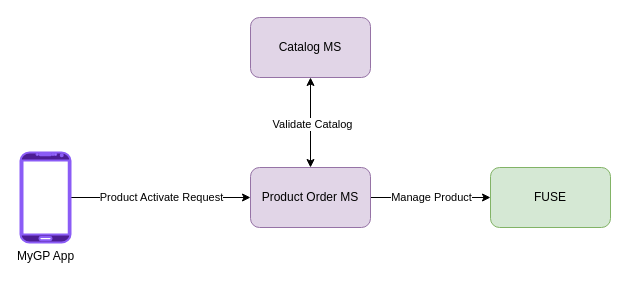
theasad/draw.io keeps this draw.io diagram as Campain-Activate With Balance.drawio. Above is the earlier version. Source tidied: cells renumbered, new cells numbered last; positions are measured from the earlier drawing's top-left corner, leaving out a move shared by most shapes. Both pictures are drawn from the tidied source at 100%, with x=0, y=0 at pixel (20, 17).
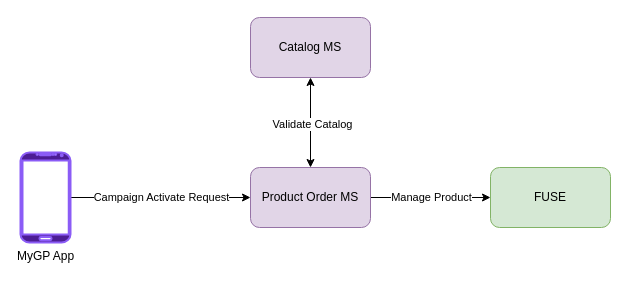
Above is the later version.

Diff of the diagram source:
```diff
@@
 <mxGraphModel>
   <root>
     <mxCell id="0" />
     <mxCell id="1" parent="0" />
     <mxCell id="2" style="endArrow=classic;html=1;rounded=0;entryX=0;entryY=0.5;entryDx=0;entryDy=0;" parent="1" edge="1" source="4" target="7">
       <mxGeometry relative="1" as="geometry" />
     </mxCell>
-    <mxCell id="3" value="Product Activate Request" style="edgeLabel;html=1;align=center;verticalAlign=middle;" parent="2" vertex="1">
+    <mxCell id="3" value="Campaign Activate Request" style="edgeLabel;html=1;align=center;verticalAlign=middle;" parent="2" vertex="1">
       <mxGeometry relative="1" as="geometry">
         <mxPoint y="-1" as="offset" />
       </mxGeometry>
     </mxCell>
     <mxCell id="4" value="MyGP App" style="verticalLabelPosition=bottom;verticalAlign=top;html=1;shadow=0;dashed=0;outlineConnect=0;shape=mxgraph.android.phone2;fillColor=#4c1d95;strokeColor=#8b5cf6;strokeWidth=2;" parent="1" vertex="1">
       <mxGeometry y="135" width="50" height="90" as="geometry" />
     </mxCell>
     <mxCell id="5" style="edgeStyle=orthogonalEdgeStyle;rounded=0;jettySize=auto;html=1;exitX=1;exitY=0.5;exitDx=0;exitDy=0;" parent="1" edge="1" source="7" target="8">
       <mxGeometry relative="1" as="geometry" />
     </mxCell>
     <mxCell id="6" value="Manage Product" style="edgeLabel;html=1;align=center;verticalAlign=middle;" parent="5" vertex="1">
       <mxGeometry y="3" relative="1" as="geometry">
         <mxPoint y="2" as="offset" />
       </mxGeometry>
     </mxCell>
     <mxCell id="7" value="Product Order MS" style="rounded=1;whiteSpace=wrap;html=1;fillColor=#e1d5e7;strokeColor=#9673a6;" parent="1" vertex="1">
       <mxGeometry x="230" y="150" width="120" height="60" as="geometry" />
     </mxCell>
     <mxCell id="8" value="FUSE" style="rounded=1;whiteSpace=wrap;html=1;fillColor=#d5e8d4;strokeColor=#82b366;" parent="1" vertex="1">
       <mxGeometry x="470" y="150" width="120" height="60" as="geometry" />
     </mxCell>
     <mxCell id="9" value="Catalog MS" style="rounded=1;whiteSpace=wrap;html=1;fillColor=#e1d5e7;strokeColor=#9673a6;" parent="1" vertex="1">
       <mxGeometry x="230" width="120" height="60" as="geometry" />
     </mxCell>
     <mxCell id="10" style="endArrow=classic;startArrow=classic;html=1;rounded=0;exitX=0.5;exitY=0;exitDx=0;exitDy=0;entryX=0.5;entryY=1;entryDx=0;entryDy=0;" parent="1" edge="1" source="7" target="9">
       <mxGeometry relative="1" as="geometry" />
     </mxCell>
     <mxCell id="11" value="Validate Catalog" style="edgeLabel;html=1;align=center;verticalAlign=middle;" parent="10" vertex="1">
       <mxGeometry x="-0.02" y="-1" relative="1" as="geometry" />
     </mxCell>
   </root>
 </mxGraphModel>
```
